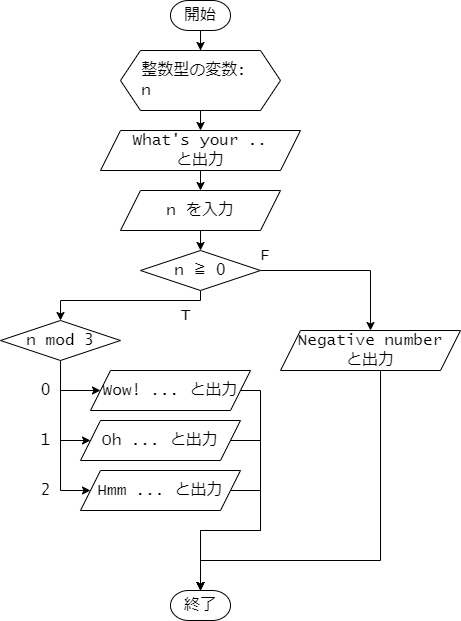
The draw.io diagram src/assets/flowchart_chap06_ifswitch.drawio.png in rikitoro/GE2_programming_workbook, before a commit. Source tidied: cells renumbered, new cells last; positions are measured from the earlier drawing's top-left corner, leaving out a move shared by most shapes.
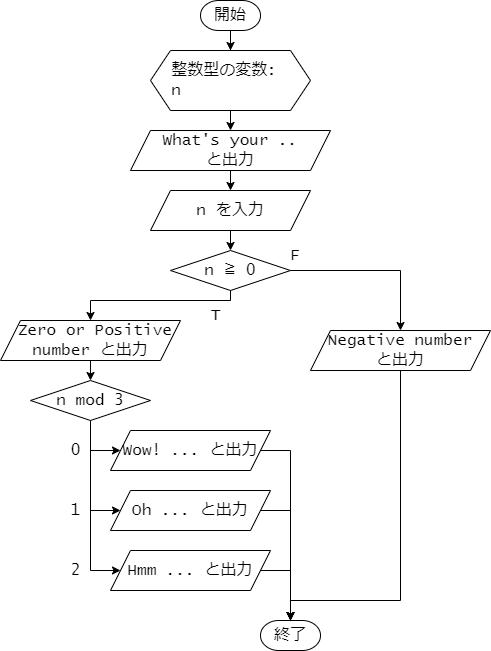
After the commit.

The edit, as a diff of the source:
```diff
@@ -21,7 +21,7 @@
       <mxGeometry x="170" width="60" height="30" as="geometry" />
     </mxCell>
     <mxCell id="8" value="終了" style="strokeWidth=1;html=1;shape=mxgraph.flowchart.terminator;whiteSpace=wrap;fontSize=16;fontFamily=Lucida Console;" parent="1" vertex="1">
-      <mxGeometry x="170" y="590" width="60" height="30" as="geometry" />
+      <mxGeometry x="230" y="620" width="60" height="30" as="geometry" />
     </mxCell>
     <mxCell id="9" value="F" style="text;html=1;align=center;verticalAlign=middle;strokeColor=none;fillColor=none;fontSize=16;fontFamily=Lucida Console;" parent="1" vertex="1">
       <mxGeometry x="250" y="240" width="30" height="30" as="geometry" />
@@ -32,7 +32,7 @@
     <mxCell id="11" value="n を入力" style="shape=parallelogram;perimeter=parallelogramPerimeter;whiteSpace=wrap;html=1;fixedSize=1;fontSize=16;fontFamily=Lucida Console;" parent="1" vertex="1">
       <mxGeometry x="120" y="190" width="160" height="40" as="geometry" />
     </mxCell>
-    <mxCell id="12" style="edgeStyle=orthogonalEdgeStyle;rounded=0;jettySize=auto;html=1;exitX=0.5;exitY=1;exitDx=0;exitDy=0;entryX=0.5;entryY=0;entryDx=0;entryDy=0;" parent="1" edge="1" source="14" target="18">
+    <mxCell id="12" style="edgeStyle=orthogonalEdgeStyle;rounded=0;jettySize=auto;html=1;exitX=0.5;exitY=1;exitDx=0;exitDy=0;entryX=0.5;entryY=0;entryDx=0;entryDy=0;" parent="1" edge="1" source="14" target="32">
       <mxGeometry relative="1" as="geometry">
         <Array as="points">
           <mxPoint x="200" y="300" />
@@ -49,68 +49,63 @@
     <mxCell id="15" style="edgeStyle=orthogonalEdgeStyle;rounded=0;jettySize=auto;html=1;exitX=0.5;exitY=1;exitDx=0;exitDy=0;entryX=0;entryY=0.5;entryDx=0;entryDy=0;" parent="1" edge="1" source="18" target="20">
       <mxGeometry relative="1" as="geometry">
         <Array as="points">
-          <mxPoint x="60" y="390" />
+          <mxPoint x="60" y="450" />
         </Array>
       </mxGeometry>
     </mxCell>
     <mxCell id="16" style="edgeStyle=orthogonalEdgeStyle;rounded=0;jettySize=auto;html=1;exitX=0.5;exitY=1;exitDx=0;exitDy=0;entryX=0;entryY=0.5;entryDx=0;entryDy=0;" parent="1" edge="1" source="18" target="22">
       <mxGeometry relative="1" as="geometry">
         <Array as="points">
-          <mxPoint x="60" y="440" />
+          <mxPoint x="60" y="510" />
+          <mxPoint x="90" y="510" />
         </Array>
       </mxGeometry>
     </mxCell>
     <mxCell id="17" style="edgeStyle=orthogonalEdgeStyle;rounded=0;jettySize=auto;html=1;exitX=0.5;exitY=1;exitDx=0;exitDy=0;entryX=0;entryY=0.5;entryDx=0;entryDy=0;" parent="1" edge="1" source="18" target="24">
       <mxGeometry relative="1" as="geometry">
         <Array as="points">
-          <mxPoint x="60" y="490" />
+          <mxPoint x="60" y="570" />
         </Array>
       </mxGeometry>
     </mxCell>
     <mxCell id="18" value="n mod 3" style="rhombus;whiteSpace=wrap;html=1;fontSize=16;fontFamily=Lucida Console;" parent="1" vertex="1">
-      <mxGeometry y="320" width="120" height="40" as="geometry" />
+      <mxGeometry y="380" width="120" height="40" as="geometry" />
     </mxCell>
     <mxCell id="19" style="edgeStyle=orthogonalEdgeStyle;rounded=0;jettySize=auto;html=1;exitX=1;exitY=0.5;exitDx=0;exitDy=0;entryX=0.5;entryY=0;entryDx=0;entryDy=0;entryPerimeter=0;" parent="1" edge="1" source="20" target="8">
       <mxGeometry relative="1" as="geometry">
         <Array as="points">
-          <mxPoint x="260" y="390" />
-          <mxPoint x="260" y="530" />
-          <mxPoint x="200" y="530" />
+          <mxPoint x="260" y="450" />
         </Array>
       </mxGeometry>
     </mxCell>
     <mxCell id="20" value="Wow! ... と出力" style="shape=parallelogram;perimeter=parallelogramPerimeter;whiteSpace=wrap;html=1;fixedSize=1;fontSize=16;fontFamily=Lucida Console;" parent="1" vertex="1">
-      <mxGeometry x="90" y="370" width="160" height="40" as="geometry" />
+      <mxGeometry x="80" y="430" width="160" height="40" as="geometry" />
     </mxCell>
     <mxCell id="21" style="edgeStyle=orthogonalEdgeStyle;rounded=0;jettySize=auto;html=1;exitX=1;exitY=0.5;exitDx=0;exitDy=0;entryX=0.5;entryY=0;entryDx=0;entryDy=0;entryPerimeter=0;" parent="1" edge="1" source="22" target="8">
       <mxGeometry relative="1" as="geometry">
         <Array as="points">
-          <mxPoint x="260" y="440" />
-          <mxPoint x="260" y="530" />
-          <mxPoint x="200" y="530" />
+          <mxPoint x="260" y="510" />
         </Array>
       </mxGeometry>
     </mxCell>
     <mxCell id="22" value="Oh ... と出力" style="shape=parallelogram;perimeter=parallelogramPerimeter;whiteSpace=wrap;html=1;fixedSize=1;fontSize=16;fontFamily=Lucida Console;" parent="1" vertex="1">
-      <mxGeometry x="80" y="420" width="160" height="40" as="geometry" />
+      <mxGeometry x="80" y="490" width="160" height="40" as="geometry" />
     </mxCell>
     <mxCell id="23" style="edgeStyle=orthogonalEdgeStyle;rounded=0;jettySize=auto;html=1;exitX=1;exitY=0.5;exitDx=0;exitDy=0;entryX=0.5;entryY=0;entryDx=0;entryDy=0;entryPerimeter=0;" parent="1" edge="1" source="24" target="8">
       <mxGeometry relative="1" as="geometry">
         <Array as="points">
-          <mxPoint x="260" y="490" />
-          <mxPoint x="260" y="530" />
-          <mxPoint x="200" y="530" />
+          <mxPoint x="260" y="570" />
         </Array>
       </mxGeometry>
     </mxCell>
     <mxCell id="24" value="Hmm ... と出力" style="shape=parallelogram;perimeter=parallelogramPerimeter;whiteSpace=wrap;html=1;fixedSize=1;fontSize=16;fontFamily=Lucida Console;" parent="1" vertex="1">
-      <mxGeometry x="80" y="470" width="160" height="40" as="geometry" />
+      <mxGeometry x="80" y="550" width="160" height="40" as="geometry" />
     </mxCell>
     <mxCell id="25" style="edgeStyle=orthogonalEdgeStyle;rounded=0;jettySize=auto;html=1;exitX=0.5;exitY=1;exitDx=0;exitDy=0;entryX=0.5;entryY=0;entryDx=0;entryDy=0;entryPerimeter=0;" parent="1" edge="1" source="26" target="8">
       <mxGeometry relative="1" as="geometry">
         <Array as="points">
-          <mxPoint x="380" y="560" />
-          <mxPoint x="200" y="560" />
+          <mxPoint x="370" y="600" />
+          <mxPoint x="260" y="600" />
         </Array>
       </mxGeometry>
     </mxCell>
@@ -121,13 +116,19 @@
       <mxGeometry x="170" y="300" width="30" height="30" as="geometry" />
     </mxCell>
     <mxCell id="28" value="0" style="text;html=1;align=center;verticalAlign=middle;strokeColor=none;fillColor=none;fontSize=16;fontFamily=Lucida Console;" parent="1" vertex="1">
-      <mxGeometry x="30" y="375" width="30" height="30" as="geometry" />
+      <mxGeometry x="30" y="435" width="30" height="30" as="geometry" />
     </mxCell>
     <mxCell id="29" value="1" style="text;html=1;align=center;verticalAlign=middle;strokeColor=none;fillColor=none;fontSize=16;fontFamily=Lucida Console;" parent="1" vertex="1">
-      <mxGeometry x="30" y="425" width="30" height="30" as="geometry" />
+      <mxGeometry x="30" y="495" width="30" height="30" as="geometry" />
     </mxCell>
     <mxCell id="30" value="2" style="text;html=1;align=center;verticalAlign=middle;strokeColor=none;fillColor=none;fontSize=16;fontFamily=Lucida Console;" parent="1" vertex="1">
-      <mxGeometry x="30" y="475" width="30" height="30" as="geometry" />
+      <mxGeometry x="30" y="555" width="30" height="30" as="geometry" />
     </mxCell>
+    <mxCell id="31" style="edgeStyle=orthogonalEdgeStyle;rounded=0;jettySize=auto;html=1;exitX=0.5;exitY=1;exitDx=0;exitDy=0;entryX=0.5;entryY=0;entryDx=0;entryDy=0;" parent="1" edge="1" source="32" target="18">
+      <mxGeometry relative="1" as="geometry" />
+    </mxCell>
+    <mxCell id="32" value="&amp;nbsp;Zero or Positive number と出力" style="shape=parallelogram;perimeter=parallelogramPerimeter;whiteSpace=wrap;html=1;fixedSize=1;fontSize=16;fontFamily=Lucida Console;" parent="1" vertex="1">
+      <mxGeometry x="-30" y="320" width="180" height="40" as="geometry" />
+    </mxCell>
   </root>
 </mxGraphModel>
```
